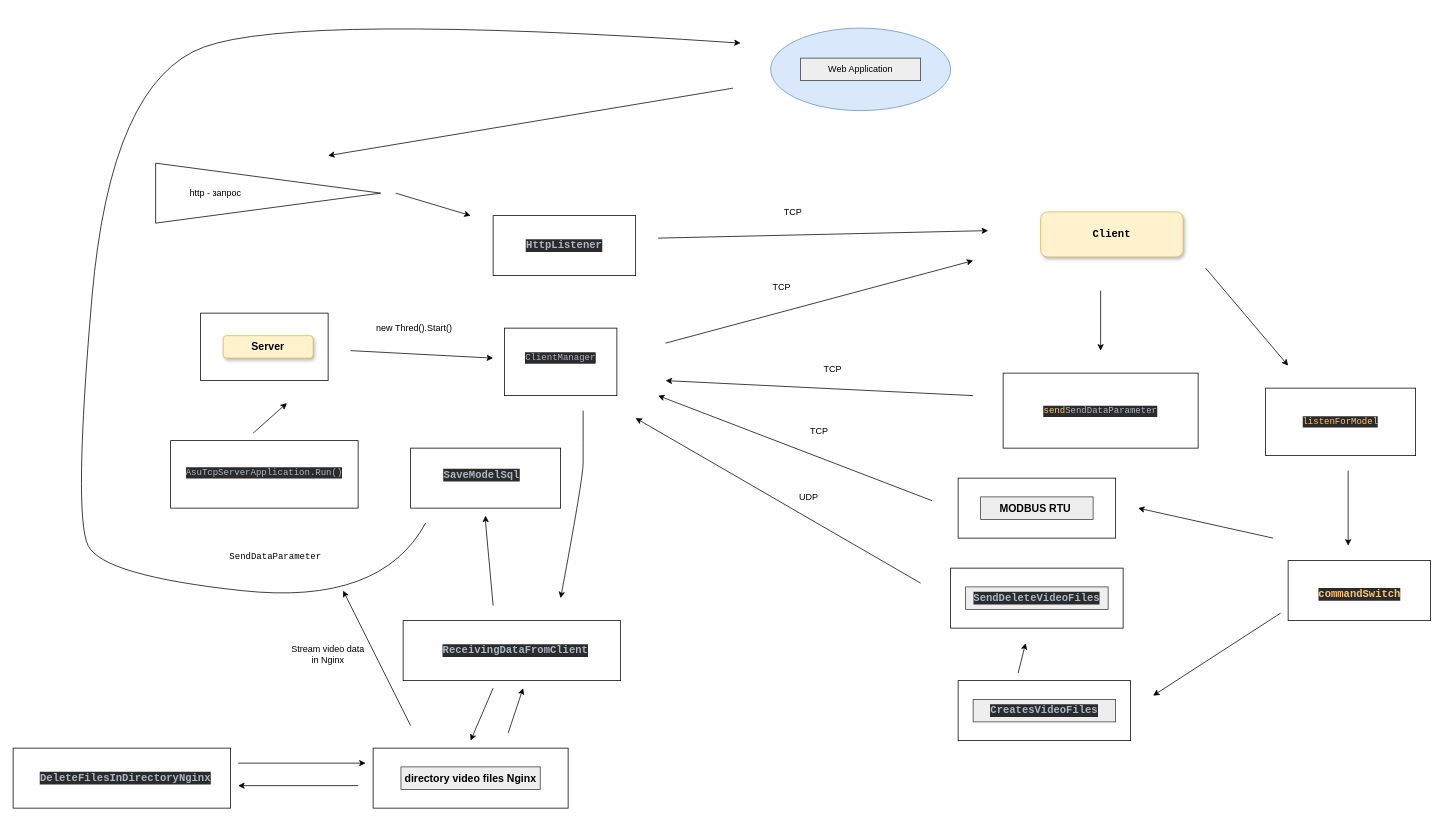
Above: src/main/java/structure_diagram.drawio in seregAnt02/AsuTcpClientrOnJava (draw.io), before the change. Source tidied: cells renumbered, new cells numbered last; positions are measured from the earlier drawing's top-left corner, leaving out a move shared by most shapes. Both pictures are drawn from the tidied source at 75%, with x=0, y=0 at pixel (13, 13).
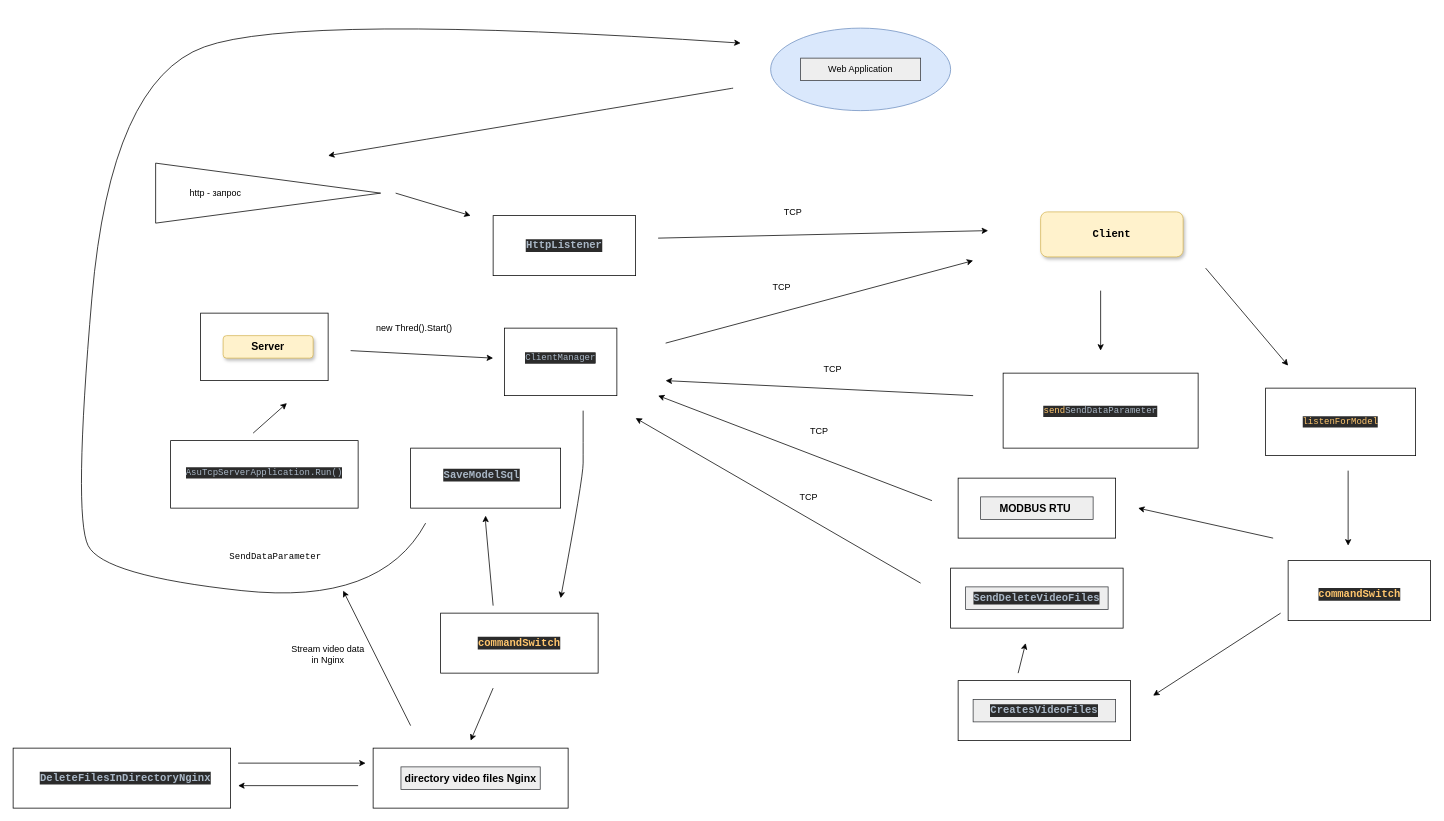
Above is the later version.

The change refers to these unchanged cells:
```xml
<mxCell id="71" style="group;" parent="70" vertex="1">
  <mxGeometry width="240" height="80" as="geometry" />
</mxCell>
```

The edit, as a diff of the source:
```diff
@@
     <mxCell id="72" style="rounded=0;whiteSpace=wrap;html=1;" parent="71" vertex="1">
-      <mxGeometry x="-50" width="290" height="80" as="geometry" />
+      <mxGeometry y="-10" width="210" height="80" as="geometry" />
     </mxCell>
-    <mxCell id="73" value="&lt;h3 style=&quot;background-color: light-dark(rgb(43, 43, 43), rgb(200, 200, 200)); color: light-dark(rgb(169, 183, 198), rgb(71, 83, 96)); font-family: &amp;quot;JetBrains Mono&amp;quot;, monospace;&quot;&gt;&lt;span style=&quot;color: rgb(255, 198, 109);&quot;&gt;&lt;pre style=&quot;color: rgb(169, 183, 198); font-family: &amp;quot;JetBrains Mono&amp;quot;, monospace;&quot;&gt;&lt;pre style=&quot;font-family: &amp;quot;JetBrains Mono&amp;quot;, monospace;&quot;&gt;ReceivingDataFromClient&lt;/pre&gt;&lt;/pre&gt;&lt;/span&gt;&lt;/h3&gt;" style="text;html=1;align=center;verticalAlign=middle;whiteSpace=wrap;rounded=0;" parent="71" vertex="1">
-      <mxGeometry x="-20" y="25" width="240" height="30" as="geometry" />
+    <mxCell id="73" value="&lt;h3 style=&quot;background-color: light-dark(rgb(43, 43, 43), rgb(200, 200, 200)); color: light-dark(rgb(169, 183, 198), rgb(71, 83, 96)); font-family: &amp;quot;JetBrains Mono&amp;quot;, monospace;&quot;&gt;&lt;span style=&quot;color: rgb(255, 198, 109);&quot;&gt;&lt;pre style=&quot;color: rgb(169, 183, 198); font-family: &amp;quot;JetBrains Mono&amp;quot;, monospace;&quot;&gt;&lt;pre style=&quot;font-family: &amp;quot;JetBrains Mono&amp;quot;, monospace;&quot;&gt;&lt;/pre&gt;&lt;/pre&gt;&lt;/span&gt;&lt;/h3&gt;&lt;h3 style=&quot;background-color: light-dark(rgb(43, 43, 43), rgb(200, 200, 200)); color: light-dark(rgb(169, 183, 198), rgb(71, 83, 96)); font-family: &amp;quot;JetBrains Mono&amp;quot;, monospace;&quot;&gt;&lt;span style=&quot;color: rgb(255, 198, 109);&quot;&gt;commandSwitch&lt;/span&gt;&lt;/h3&gt;" style="text;html=1;align=center;verticalAlign=middle;whiteSpace=wrap;rounded=0;" parent="71" vertex="1">
+      <mxGeometry x="35" y="15" width="140" height="30" as="geometry" />
     </mxCell>
@@
-    <mxCell id="80" value="UDP" style="text;html=1;align=center;verticalAlign=middle;whiteSpace=wrap;rounded=0;" parent="1" vertex="1">
+    <mxCell id="80" value="TCP" style="text;html=1;align=center;verticalAlign=middle;whiteSpace=wrap;rounded=0;" parent="1" vertex="1">
       <mxGeometry x="1035.5" y="630" width="50.3" height="30" as="geometry" />
     </mxCell>
@@
-    <mxCell id="94" style="endArrow=classic;html=1;rounded=0;" parent="1" edge="1">
-      <mxGeometry relative="1" as="geometry">
-        <mxPoint x="660" y="960" as="sourcePoint" />
-        <mxPoint x="680" y="900" as="targetPoint" />
-      </mxGeometry>
-    </mxCell>
```
